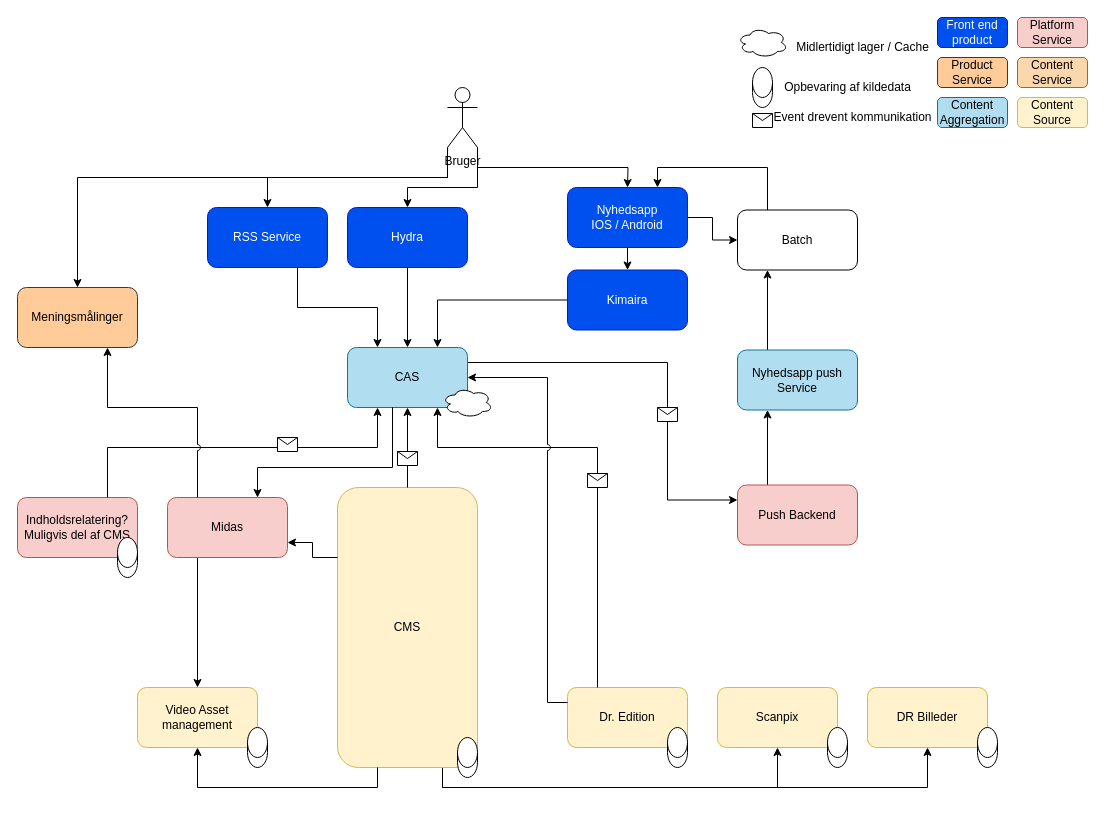
The draw.io diagram page "To Be udgivelseskæden" (5 of 5) of draw-io/målarkitektur.drawio in drdkjtop/arkitektur, before the edit. Source tidied: cells renumbered, new cells numbered last; positions are measured from the earlier drawing's top-left corner, leaving out a move shared by most shapes. Both pictures are drawn from the tidied source at 100%, with x=0, y=0 at pixel (17, 17).
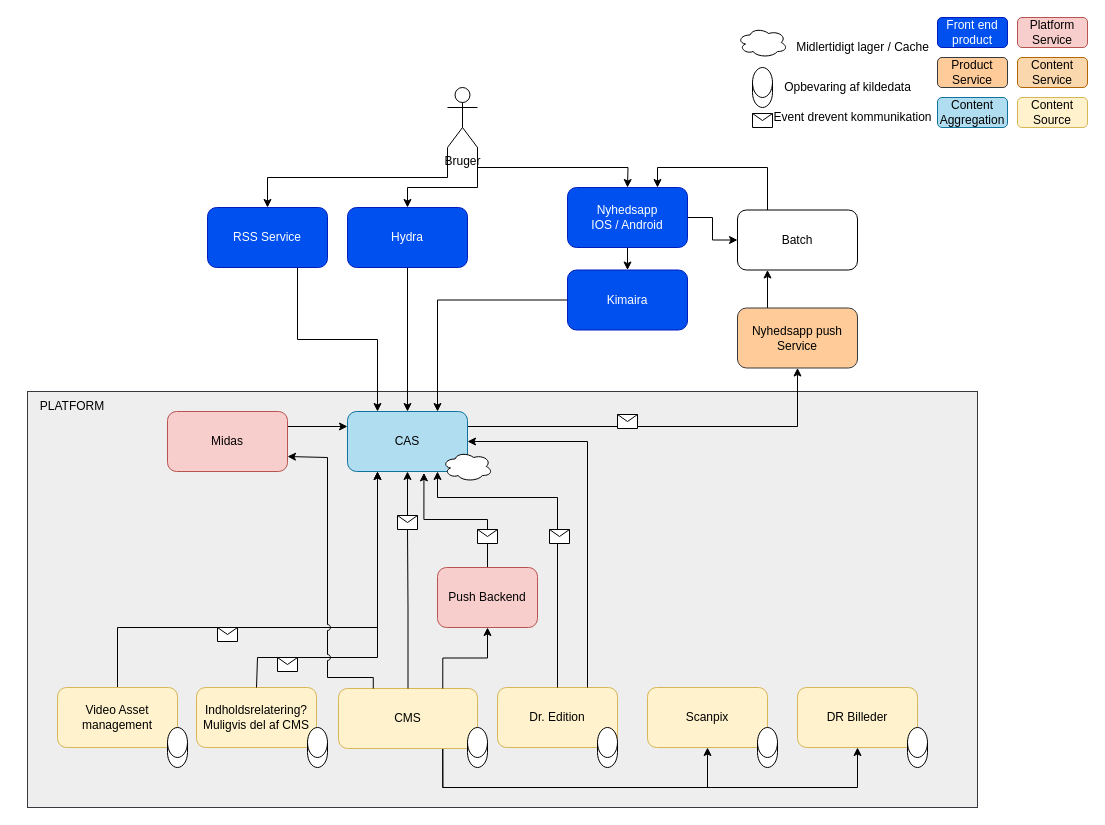
The same diagram, later.

The change refers to these unchanged cells:
```xml
<mxCell id="43" value="Bruger" style="shape=umlActor;verticalLabelPosition=bottom;verticalAlign=top;html=1;outlineConnect=0;" parent="1" vertex="1">
  <mxGeometry x="430" y="70" width="30" height="60" as="geometry" />
</mxCell>
```

Change to the diagram source:
```diff
@@
+    <mxCell id="69" style="rounded=0;whiteSpace=wrap;html=1;fillColor=#eeeeee;strokeColor=#36393d;" parent="1" vertex="1">
+      <mxGeometry x="10" y="374" width="950" height="416" as="geometry" />
+    </mxCell>
     <mxCell id="2" style="edgeStyle=orthogonalEdgeStyle;rounded=0;jumpStyle=arc;jettySize=auto;html=1;exitX=0.75;exitY=1;exitDx=0;exitDy=0;entryX=0.5;entryY=1;entryDx=0;entryDy=0;" parent="1" edge="1" source="4" target="33">
-      <mxGeometry relative="1" as="geometry" />
+      <mxGeometry relative="1" as="geometry">
+        <Array as="points">
+          <mxPoint x="425" y="770" />
+          <mxPoint x="690" y="770" />
+        </Array>
+      </mxGeometry>
     </mxCell>
     <mxCell id="3" style="edgeStyle=orthogonalEdgeStyle;rounded=0;jumpStyle=arc;jettySize=auto;html=1;exitX=0.75;exitY=1;exitDx=0;exitDy=0;entryX=0.5;entryY=1;entryDx=0;entryDy=0;" parent="1" edge="1" source="4" target="35">
-      <mxGeometry relative="1" as="geometry" />
+      <mxGeometry relative="1" as="geometry">
+        <Array as="points">
+          <mxPoint x="425" y="770" />
+          <mxPoint x="840" y="770" />
+        </Array>
+      </mxGeometry>
     </mxCell>
     <mxCell id="4" value="CMS" style="rounded=1;whiteSpace=wrap;html=1;fillColor=#fff2cc;strokeColor=#d6b656;" parent="1" vertex="1">
-      <mxGeometry x="320" y="470" width="140" height="280" as="geometry" />
+      <mxGeometry x="321" y="671" width="139" height="60" as="geometry" />
     </mxCell>
@@
-    <mxCell id="7" style="edgeStyle=orthogonalEdgeStyle;rounded=0;jumpStyle=arc;jettySize=auto;html=1;exitX=1;exitY=0.25;exitDx=0;exitDy=0;entryX=0;entryY=0.25;entryDx=0;entryDy=0;strokeColor=#000000;" parent="1" edge="1" source="8" target="51">
+    <mxCell id="7" style="edgeStyle=orthogonalEdgeStyle;rounded=0;jumpStyle=arc;jettySize=auto;html=1;exitX=1;exitY=0.25;exitDx=0;exitDy=0;entryX=0.5;entryY=1;entryDx=0;entryDy=0;strokeColor=#000000;" parent="1" edge="1" source="8" target="49">
       <mxGeometry relative="1" as="geometry">
         <Array as="points">
-          <mxPoint x="650" y="345" />
-          <mxPoint x="650" y="483" />
+          <mxPoint x="780" y="409" />
         </Array>
       </mxGeometry>
     </mxCell>
     <mxCell id="8" value="CAS" style="rounded=1;whiteSpace=wrap;html=1;fillColor=#b1ddf0;strokeColor=#10739e;" parent="1" vertex="1">
-      <mxGeometry x="330" y="330" width="120" height="60" as="geometry" />
+      <mxGeometry x="330" y="394" width="120" height="60" as="geometry" />
     </mxCell>
@@
-    <mxCell id="10" style="edgeStyle=orthogonalEdgeStyle;rounded=0;jettySize=auto;html=1;exitX=0.25;exitY=1;exitDx=0;exitDy=0;entryX=0.5;entryY=0;entryDx=0;entryDy=0;" parent="1" edge="1" source="15" target="12">
-      <mxGeometry relative="1" as="geometry" />
-    </mxCell>
-    <mxCell id="11" style="edgeStyle=orthogonalEdgeStyle;rounded=0;jettySize=auto;html=1;exitX=0.5;exitY=1;exitDx=0;exitDy=0;entryX=0.5;entryY=1;entryDx=0;entryDy=0;" parent="1" edge="1" target="12">
-      <mxGeometry relative="1" as="geometry">
-        <mxPoint x="360" y="750" as="sourcePoint" />
-        <Array as="points">
-          <mxPoint x="360" y="770" />
-          <mxPoint x="180" y="770" />
-        </Array>
-      </mxGeometry>
-    </mxCell>
+    <mxCell id="70" style="edgeStyle=orthogonalEdgeStyle;rounded=0;jumpStyle=arc;jettySize=auto;html=1;exitX=0.5;exitY=0;exitDx=0;exitDy=0;entryX=0.25;entryY=1;entryDx=0;entryDy=0;" parent="1" edge="1" source="12" target="8">
+      <mxGeometry relative="1" as="geometry">
+        <Array as="points">
+          <mxPoint x="100" y="610" />
+          <mxPoint x="360" y="610" />
+        </Array>
+      </mxGeometry>
+    </mxCell>
     <mxCell id="12" value="Video Asset management" style="rounded=1;whiteSpace=wrap;html=1;fillColor=#fff2cc;strokeColor=#d6b656;" parent="1" vertex="1">
-      <mxGeometry x="120" y="670" width="120" height="60" as="geometry" />
+      <mxGeometry x="40" y="670" width="120" height="60" as="geometry" />
     </mxCell>
-    <mxCell id="13" style="edgeStyle=orthogonalEdgeStyle;rounded=0;jettySize=auto;html=1;exitX=0;exitY=0.25;exitDx=0;exitDy=0;entryX=1;entryY=0.75;entryDx=0;entryDy=0;jumpStyle=arc;" parent="1" edge="1" source="4" target="15">
-      <mxGeometry relative="1" as="geometry" />
-    </mxCell>
-    <mxCell id="14" style="edgeStyle=orthogonalEdgeStyle;rounded=0;jumpStyle=arc;jettySize=auto;html=1;exitX=0.375;exitY=1;exitDx=0;exitDy=0;entryX=0.75;entryY=0;entryDx=0;entryDy=0;exitPerimeter=0;" parent="1" edge="1" source="8" target="15">
-      <mxGeometry relative="1" as="geometry">
-        <Array as="points">
-          <mxPoint x="375" y="450" />
-          <mxPoint x="240" y="450" />
-        </Array>
-      </mxGeometry>
-    </mxCell>
+    <mxCell id="71" style="edgeStyle=orthogonalEdgeStyle;rounded=0;jumpStyle=arc;jettySize=auto;html=1;exitX=1;exitY=0.25;exitDx=0;exitDy=0;entryX=0;entryY=0.25;entryDx=0;entryDy=0;" parent="1" edge="1" source="15" target="8">
+      <mxGeometry relative="1" as="geometry" />
+    </mxCell>
     <mxCell id="15" value="Midas" style="rounded=1;whiteSpace=wrap;html=1;fillColor=#f8cecc;strokeColor=#b85450;" parent="1" vertex="1">
-      <mxGeometry x="150" y="480" width="120" height="60" as="geometry" />
+      <mxGeometry x="150" y="394" width="120" height="60" as="geometry" />
     </mxCell>
     <mxCell id="16" style="shape=cylinder3;whiteSpace=wrap;html=1;boundedLbl=1;backgroundOutline=1;size=15;" parent="1" vertex="1">
-      <mxGeometry x="440" y="720" width="20" height="40" as="geometry" />
+      <mxGeometry x="450" y="710" width="20" height="40" as="geometry" />
     </mxCell>
-    <mxCell id="17" style="shape=cylinder3;whiteSpace=wrap;html=1;boundedLbl=1;backgroundOutline=1;size=15;" parent="1" vertex="1">
-      <mxGeometry x="230" y="710" width="20" height="40" as="geometry" />
-    </mxCell>
@@
-    <mxCell id="21" style="edgeStyle=orthogonalEdgeStyle;rounded=0;jettySize=auto;html=1;exitX=1;exitY=0.5;exitDx=0;exitDy=0;entryX=0.25;entryY=1;entryDx=0;entryDy=0;startArrow=none;" parent="1" edge="1" source="27" target="8">
+    <mxCell id="21" style="edgeStyle=orthogonalEdgeStyle;rounded=0;jettySize=auto;html=1;exitX=1;exitY=0.5;exitDx=0;exitDy=0;entryX=0.25;entryY=1;entryDx=0;entryDy=0;startArrow=none;jumpStyle=arc;" parent="1" edge="1" source="27" target="8">
       <mxGeometry relative="1" as="geometry">
         <Array as="points">
-          <mxPoint x="280" y="430" />
-          <mxPoint x="360" y="430" />
+          <mxPoint x="280" y="640" />
+          <mxPoint x="360" y="640" />
         </Array>
       </mxGeometry>
     </mxCell>
-    <mxCell id="22" value="Indholdsrelatering?&lt;br&gt;Muligvis del af CMS" style="rounded=1;whiteSpace=wrap;html=1;fillColor=#f8cecc;strokeColor=#b85450;" parent="1" vertex="1">
-      <mxGeometry y="480" width="120" height="60" as="geometry" />
+    <mxCell id="22" value="Indholdsrelatering?&lt;br&gt;Muligvis del af CMS" style="rounded=1;whiteSpace=wrap;html=1;fillColor=#fff2cc;strokeColor=#d6b656;" parent="1" vertex="1">
+      <mxGeometry x="179" y="670" width="120" height="60" as="geometry" />
     </mxCell>
-    <mxCell id="23" style="shape=cylinder3;whiteSpace=wrap;html=1;boundedLbl=1;backgroundOutline=1;size=15;" parent="1" vertex="1">
-      <mxGeometry x="100" y="520" width="20" height="40" as="geometry" />
-    </mxCell>
-    <mxCell id="24" style="edgeStyle=orthogonalEdgeStyle;rounded=0;jettySize=auto;html=1;exitX=0.5;exitY=0;exitDx=0;exitDy=0;entryX=0.75;entryY=1;entryDx=0;entryDy=0;jumpStyle=arc;startArrow=none;" parent="1" edge="1" source="31" target="8">
+    <mxCell id="24" style="edgeStyle=orthogonalEdgeStyle;rounded=0;jettySize=auto;html=1;entryX=0.75;entryY=1;entryDx=0;entryDy=0;jumpStyle=arc;startArrow=none;exitX=0.5;exitY=0;exitDx=0;exitDy=0;" parent="1" edge="1" source="31" target="8">
       <mxGeometry relative="1" as="geometry">
         <Array as="points">
-          <mxPoint x="580" y="430" />
-          <mxPoint x="420" y="430" />
+          <mxPoint x="540" y="512" />
+          <mxPoint x="540" y="480" />
+          <mxPoint x="420" y="480" />
         </Array>
       </mxGeometry>
     </mxCell>
     <mxCell id="25" value="Dr. Edition" style="rounded=1;whiteSpace=wrap;html=1;fillColor=#fff2cc;strokeColor=#d6b656;" parent="1" vertex="1">
-      <mxGeometry x="550" y="670" width="120" height="60" as="geometry" />
+      <mxGeometry x="480" y="670" width="120" height="60" as="geometry" />
     </mxCell>
     <mxCell id="26" style="shape=cylinder3;whiteSpace=wrap;html=1;boundedLbl=1;backgroundOutline=1;size=15;" parent="1" vertex="1">
-      <mxGeometry x="650" y="710" width="20" height="40" as="geometry" />
+      <mxGeometry x="580" y="710" width="20" height="40" as="geometry" />
     </mxCell>
     <mxCell id="27" style="shape=message;html=1;outlineConnect=0;" parent="1" vertex="1">
-      <mxGeometry x="260" y="420" width="20" height="14" as="geometry" />
+      <mxGeometry x="260" y="640" width="20" height="14" as="geometry" />
     </mxCell>
-    <mxCell id="28" style="edgeStyle=orthogonalEdgeStyle;rounded=0;jettySize=auto;html=1;exitX=0.75;exitY=0;exitDx=0;exitDy=0;entryX=0;entryY=0.5;entryDx=0;entryDy=0;endArrow=none;" parent="1" edge="1" source="22" target="27">
+    <mxCell id="28" style="edgeStyle=orthogonalEdgeStyle;rounded=0;jettySize=auto;html=1;entryX=0;entryY=0.5;entryDx=0;entryDy=0;endArrow=none;exitX=0.5;exitY=0;exitDx=0;exitDy=0;jumpStyle=arc;" parent="1" edge="1" source="22" target="27">
       <mxGeometry relative="1" as="geometry">
         <Array as="points">
-          <mxPoint x="90" y="430" />
-          <mxPoint x="260" y="430" />
+          <mxPoint x="240" y="670" />
+          <mxPoint x="240" y="640" />
+          <mxPoint x="260" y="640" />
         </Array>
       </mxGeometry>
     </mxCell>
     <mxCell id="29" style="shape=message;html=1;outlineConnect=0;" parent="1" vertex="1">
-      <mxGeometry x="380" y="434" width="20" height="14" as="geometry" />
+      <mxGeometry x="380" y="498" width="20" height="14" as="geometry" />
     </mxCell>
@@
     <mxCell id="31" style="shape=message;html=1;outlineConnect=0;" parent="1" vertex="1">
-      <mxGeometry x="570" y="456" width="20" height="14" as="geometry" />
+      <mxGeometry x="532" y="512" width="20" height="14" as="geometry" />
     </mxCell>
-    <mxCell id="32" style="edgeStyle=orthogonalEdgeStyle;rounded=0;jettySize=auto;html=1;exitX=0.25;exitY=0;exitDx=0;exitDy=0;entryX=0.5;entryY=1;entryDx=0;entryDy=0;jumpStyle=arc;endArrow=none;" parent="1" edge="1" source="25" target="31">
+    <mxCell id="32" style="edgeStyle=orthogonalEdgeStyle;rounded=0;jettySize=auto;html=1;exitX=0.5;exitY=0;exitDx=0;exitDy=0;entryX=0.5;entryY=1;entryDx=0;entryDy=0;jumpStyle=arc;endArrow=none;" parent="1" edge="1" source="25" target="31">
       <mxGeometry relative="1" as="geometry">
         <Array as="points">
-          <mxPoint x="580" y="470" />
+          <mxPoint x="540" y="526" />
         </Array>
       </mxGeometry>
     </mxCell>
     <mxCell id="33" value="Scanpix" style="rounded=1;whiteSpace=wrap;html=1;fillColor=#fff2cc;strokeColor=#d6b656;" parent="1" vertex="1">
-      <mxGeometry x="700" y="670" width="120" height="60" as="geometry" />
+      <mxGeometry x="630" y="670" width="120" height="60" as="geometry" />
     </mxCell>
     <mxCell id="34" style="shape=cylinder3;whiteSpace=wrap;html=1;boundedLbl=1;backgroundOutline=1;size=15;" parent="1" vertex="1">
-      <mxGeometry x="810" y="710" width="20" height="40" as="geometry" />
+      <mxGeometry x="740" y="710" width="20" height="40" as="geometry" />
     </mxCell>
     <mxCell id="35" value="DR Billeder" style="rounded=1;whiteSpace=wrap;html=1;fillColor=#fff2cc;strokeColor=#d6b656;" parent="1" vertex="1">
-      <mxGeometry x="850" y="670" width="120" height="60" as="geometry" />
+      <mxGeometry x="780" y="670" width="120" height="60" as="geometry" />
     </mxCell>
     <mxCell id="36" style="shape=cylinder3;whiteSpace=wrap;html=1;boundedLbl=1;backgroundOutline=1;size=15;" parent="1" vertex="1">
-      <mxGeometry x="960" y="710" width="20" height="40" as="geometry" />
+      <mxGeometry x="890" y="710" width="20" height="40" as="geometry" />
     </mxCell>
-    <mxCell id="37" style="edgeStyle=orthogonalEdgeStyle;rounded=0;jettySize=auto;html=1;exitX=0.75;exitY=1;exitDx=0;exitDy=0;entryX=0.75;entryY=1;entryDx=0;entryDy=0;jumpStyle=arc;" parent="1" edge="1" target="38">
-      <mxGeometry relative="1" as="geometry">
-        <mxPoint x="180" y="480" as="sourcePoint" />
-        <Array as="points">
-          <mxPoint x="180" y="390" />
-          <mxPoint x="90" y="390" />
-        </Array>
-      </mxGeometry>
-    </mxCell>
-    <mxCell id="38" value="Meningsmålinger" style="rounded=1;whiteSpace=wrap;html=1;fillColor=#ffcc99;strokeColor=#36393d;" parent="1" vertex="1">
-      <mxGeometry y="270" width="120" height="60" as="geometry" />
-    </mxCell>
-    <mxCell id="39" style="edgeStyle=orthogonalEdgeStyle;rounded=0;jumpStyle=arc;jettySize=auto;html=1;exitX=0;exitY=1;exitDx=0;exitDy=0;exitPerimeter=0;" parent="1" edge="1" source="43">
-      <mxGeometry relative="1" as="geometry">
-        <mxPoint x="60" y="270" as="targetPoint" />
-        <Array as="points">
-          <mxPoint x="430" y="160" />
-          <mxPoint x="60" y="160" />
-        </Array>
-      </mxGeometry>
-    </mxCell>
@@
     <mxCell id="44" style="ellipse;shape=cloud;whiteSpace=wrap;html=1;" parent="1" vertex="1">
-      <mxGeometry x="425" y="370" width="50" height="30" as="geometry" />
+      <mxGeometry x="425" y="434" width="50" height="30" as="geometry" />
     </mxCell>
@@
-    <mxCell id="47" style="endArrow=classic;html=1;exitX=0;exitY=0.25;exitDx=0;exitDy=0;entryX=1;entryY=0.5;entryDx=0;entryDy=0;jumpStyle=arc;rounded=0;" parent="1" edge="1" source="25" target="8">
-      <mxGeometry relative="1" as="geometry">
-        <Array as="points">
-          <mxPoint x="530" y="685" />
-          <mxPoint x="530" y="360" />
-        </Array>
-      </mxGeometry>
+    <mxCell id="47" style="endArrow=classic;html=1;exitX=0.75;exitY=0;exitDx=0;exitDy=0;entryX=1;entryY=0.5;entryDx=0;entryDy=0;jumpStyle=arc;rounded=0;edgeStyle=orthogonalEdgeStyle;" parent="1" edge="1" source="25" target="8">
+      <mxGeometry relative="1" as="geometry" />
     </mxCell>
@@
-    <mxCell id="49" value="Nyhedsapp push Service" style="rounded=1;whiteSpace=wrap;html=1;fillColor=#b1ddf0;strokeColor=#10739e;" parent="1" vertex="1">
-      <mxGeometry x="720" y="332.5" width="120" height="60" as="geometry" />
+    <mxCell id="49" value="Nyhedsapp push Service" style="rounded=1;whiteSpace=wrap;html=1;fillColor=#ffcc99;strokeColor=#36393d;" parent="1" vertex="1">
+      <mxGeometry x="720" y="290.5" width="120" height="60" as="geometry" />
     </mxCell>
-    <mxCell id="50" style="edgeStyle=orthogonalEdgeStyle;rounded=0;jumpStyle=arc;jettySize=auto;html=1;exitX=0.25;exitY=0;exitDx=0;exitDy=0;entryX=0.25;entryY=1;entryDx=0;entryDy=0;strokeColor=#000000;" parent="1" edge="1" source="51" target="49">
+    <mxCell id="50" style="edgeStyle=orthogonalEdgeStyle;rounded=0;jumpStyle=arc;jettySize=auto;html=1;exitX=0.75;exitY=0;exitDx=0;exitDy=0;entryX=0.5;entryY=1;entryDx=0;entryDy=0;strokeColor=#000000;" parent="1" edge="1" source="4" target="51">
       <mxGeometry relative="1" as="geometry" />
     </mxCell>
+    <mxCell id="72" style="edgeStyle=orthogonalEdgeStyle;rounded=0;jumpStyle=arc;jettySize=auto;html=1;exitX=0.5;exitY=0;exitDx=0;exitDy=0;entryX=0.637;entryY=1.023;entryDx=0;entryDy=0;entryPerimeter=0;" parent="1" edge="1" source="51" target="8">
+      <mxGeometry relative="1" as="geometry" />
+    </mxCell>
     <mxCell id="51" value="Push Backend" style="rounded=1;whiteSpace=wrap;html=1;fillColor=#f8cecc;strokeColor=#b85450;" parent="1" vertex="1">
-      <mxGeometry x="720" y="467.5" width="120" height="60" as="geometry" />
+      <mxGeometry x="420" y="550" width="100" height="60" as="geometry" />
     </mxCell>
@@
     <mxCell id="54" style="shape=message;html=1;" parent="1" vertex="1">
-      <mxGeometry x="640" y="390" width="20" height="14" as="geometry" />
+      <mxGeometry x="600" y="397" width="20" height="14" as="geometry" />
     </mxCell>
@@
+    <mxCell id="23" style="shape=cylinder3;whiteSpace=wrap;html=1;boundedLbl=1;backgroundOutline=1;size=15;" parent="1" vertex="1">
+      <mxGeometry x="150" y="710" width="20" height="40" as="geometry" />
+    </mxCell>
+    <mxCell id="17" style="shape=cylinder3;whiteSpace=wrap;html=1;boundedLbl=1;backgroundOutline=1;size=15;" parent="1" vertex="1">
+      <mxGeometry x="290" y="710" width="20" height="40" as="geometry" />
+    </mxCell>
+    <mxCell id="73" value="PLATFORM" style="text;html=1;strokeColor=none;fillColor=none;align=center;verticalAlign=middle;whiteSpace=wrap;rounded=0;" parent="1" vertex="1">
+      <mxGeometry x="10" y="374" width="90" height="30" as="geometry" />
+    </mxCell>
+    <mxCell id="74" style="shape=message;html=1;" parent="1" vertex="1">
+      <mxGeometry x="460" y="512" width="20" height="14" as="geometry" />
+    </mxCell>
+    <mxCell id="75" style="shape=message;html=1;" parent="1" vertex="1">
+      <mxGeometry x="200" y="610" width="20" height="14" as="geometry" />
+    </mxCell>
+    <mxCell id="13" style="edgeStyle=orthogonalEdgeStyle;rounded=0;jettySize=auto;html=1;exitX=0.25;exitY=0;exitDx=0;exitDy=0;entryX=1;entryY=0.75;entryDx=0;entryDy=0;jumpStyle=arc;" parent="1" edge="1" source="4" target="15">
+      <mxGeometry relative="1" as="geometry">
+        <Array as="points">
+          <mxPoint x="356" y="660" />
+          <mxPoint x="310" y="660" />
+          <mxPoint x="310" y="440" />
+        </Array>
+      </mxGeometry>
+    </mxCell>
```
